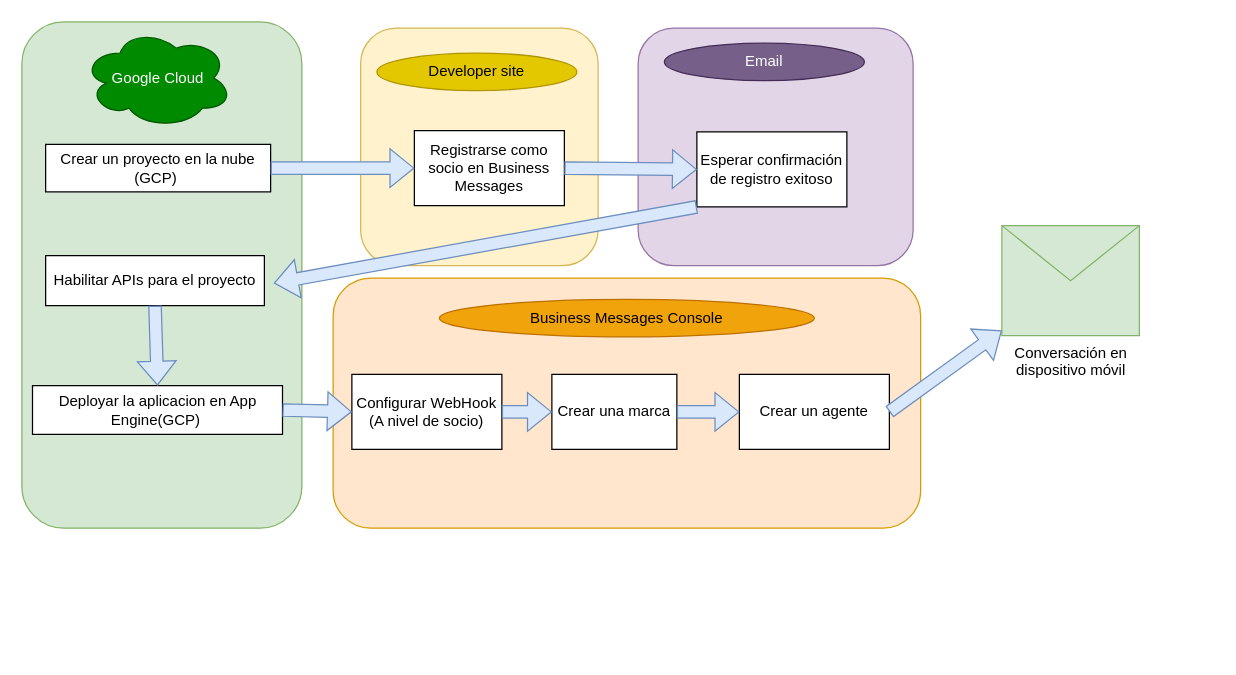
This is Google RCS.drawio from fhermq/diagrams, a draw.io file, before an edit. Source tidied: cells renumbered, new cells numbered last; positions are measured from the earlier drawing's top-left corner, leaving out a move shared by most shapes. Both pictures are drawn from the tidied source at 125%, with x=0, y=0 at pixel (21, 21).
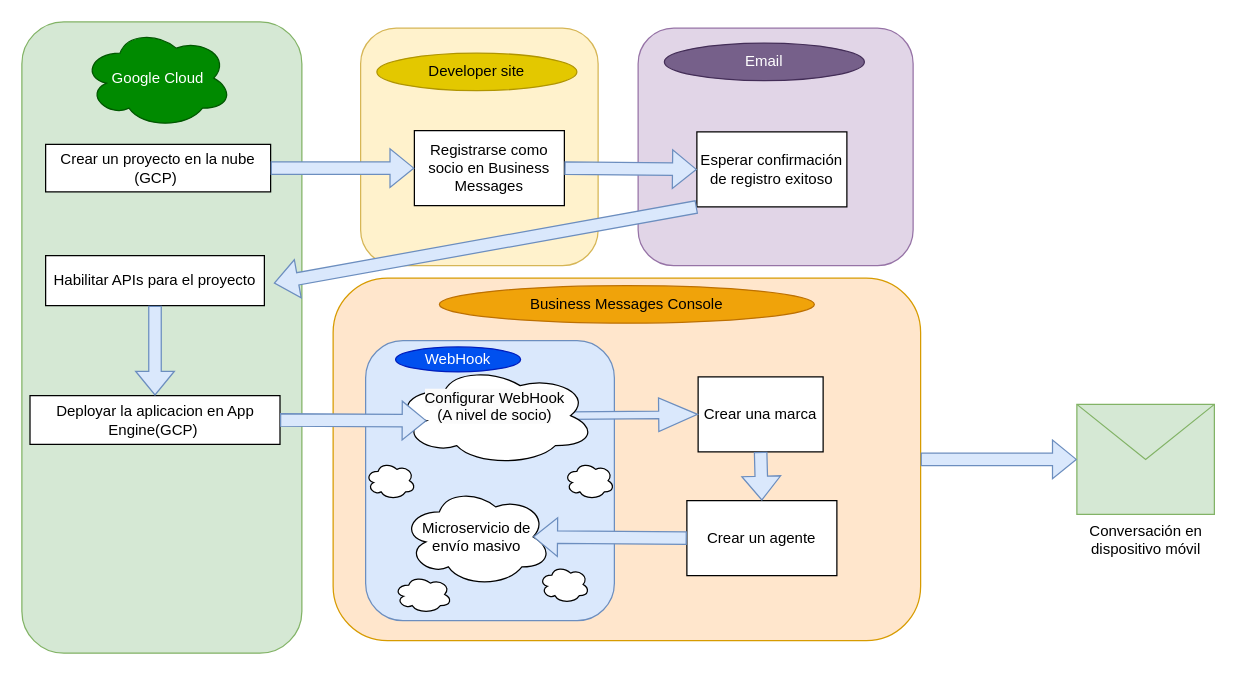
The same page after the edit.

The edit, as a diff of the source:
```diff
@@
+    <mxCell id="9" style="rounded=1;whiteSpace=wrap;html=1;fillColor=#ffe6cc;strokeColor=#d79b00;" parent="1" vertex="1">
+      <mxGeometry x="249" y="205" width="470" height="290" as="geometry" />
+    </mxCell>
+    <mxCell id="27" style="rounded=1;whiteSpace=wrap;html=1;fillColor=#dae8fc;strokeColor=#6c8ebf;" parent="1" vertex="1">
+      <mxGeometry x="275" y="255" width="199" height="224" as="geometry" />
+    </mxCell>
@@
     <mxCell id="3" style="rounded=1;whiteSpace=wrap;html=1;fillColor=#d5e8d4;strokeColor=#82b366;" parent="1" vertex="1">
-      <mxGeometry width="224" height="405" as="geometry" />
+      <mxGeometry width="224" height="505" as="geometry" />
     </mxCell>
@@
     <mxCell id="7" value="Deployar la aplicacion en App Engine(GCP)&amp;nbsp;" style="rounded=0;whiteSpace=wrap;html=1;" parent="1" vertex="1">
-      <mxGeometry x="8.5" y="291" width="200" height="39" as="geometry" />
+      <mxGeometry x="6.5" y="299" width="200" height="39" as="geometry" />
     </mxCell>
@@
-    <mxCell id="9" style="rounded=1;whiteSpace=wrap;html=1;fillColor=#ffe6cc;strokeColor=#d79b00;" parent="1" vertex="1">
-      <mxGeometry x="249" y="205" width="470" height="200" as="geometry" />
-    </mxCell>
     <mxCell id="10" value="Business Messages Console" style="ellipse;whiteSpace=wrap;html=1;fillColor=#f0a30a;fontColor=#000000;strokeColor=#BD7000;" parent="1" vertex="1">
-      <mxGeometry x="334" y="222" width="300" height="30" as="geometry" />
+      <mxGeometry x="334" y="211" width="300" height="30" as="geometry" />
     </mxCell>
-    <mxCell id="11" value="Configurar WebHook&lt;br&gt;(A nivel de socio)" style="rounded=0;whiteSpace=wrap;html=1;" parent="1" vertex="1">
-      <mxGeometry x="264" y="282" width="120" height="60" as="geometry" />
-    </mxCell>
     <mxCell id="12" value="Crear una marca" style="rounded=0;whiteSpace=wrap;html=1;" parent="1" vertex="1">
-      <mxGeometry x="424" y="282" width="100" height="60" as="geometry" />
+      <mxGeometry x="541" y="284" width="100" height="60" as="geometry" />
     </mxCell>
     <mxCell id="13" value="Crear un agente" style="rounded=0;whiteSpace=wrap;html=1;" parent="1" vertex="1">
-      <mxGeometry x="574" y="282" width="120" height="60" as="geometry" />
+      <mxGeometry x="532" y="383" width="120" height="60" as="geometry" />
     </mxCell>
@@
-    <mxCell id="21" style="shape=flexArrow;endArrow=classic;html=1;rounded=0;exitX=1;exitY=0.5;exitDx=0;exitDy=0;entryX=0;entryY=0.5;entryDx=0;entryDy=0;fillColor=#dae8fc;strokeColor=#6c8ebf;" parent="1" edge="1" source="7" target="11">
-      <mxGeometry relative="1" as="geometry" />
-    </mxCell>
-    <mxCell id="22" style="shape=flexArrow;endArrow=classic;html=1;rounded=0;exitX=1;exitY=0.5;exitDx=0;exitDy=0;entryX=0;entryY=0.5;entryDx=0;entryDy=0;fillColor=#dae8fc;strokeColor=#6c8ebf;" parent="1" edge="1" source="11" target="12">
+    <mxCell id="22" style="shape=flexArrow;endArrow=classic;html=1;rounded=0;fillColor=#dae8fc;strokeColor=#6c8ebf;width=6;endSize=10.02;exitX=0.875;exitY=0.5;exitDx=0;exitDy=0;entryX=0;entryY=0.5;entryDx=0;entryDy=0;exitPerimeter=0;" parent="1" edge="1" source="11" target="12">
       <mxGeometry relative="1" as="geometry" />
     </mxCell>
-    <mxCell id="23" style="shape=flexArrow;endArrow=classic;html=1;rounded=0;exitX=1;exitY=0.5;exitDx=0;exitDy=0;entryX=0;entryY=0.5;entryDx=0;entryDy=0;fillColor=#dae8fc;strokeColor=#6c8ebf;" parent="1" edge="1" source="12" target="13">
+    <mxCell id="23" style="shape=flexArrow;endArrow=classic;html=1;rounded=0;exitX=0.5;exitY=1;exitDx=0;exitDy=0;entryX=0.5;entryY=0;entryDx=0;entryDy=0;fillColor=#dae8fc;strokeColor=#6c8ebf;" parent="1" edge="1" source="12" target="13">
       <mxGeometry relative="1" as="geometry" />
     </mxCell>
@@
     <mxCell id="25" value="Conversación en&lt;br style=&quot;border-color: var(--border-color);&quot;&gt;dispositivo móvil" style="shape=message;html=1;html=1;outlineConnect=0;labelPosition=center;verticalLabelPosition=bottom;align=center;verticalAlign=top;fillColor=#d5e8d4;strokeColor=#82b366;" parent="1" vertex="1">
-      <mxGeometry x="784" y="163" width="110" height="88" as="geometry" />
+      <mxGeometry x="844" y="306" width="110" height="88" as="geometry" />
     </mxCell>
-    <mxCell id="26" style="shape=flexArrow;endArrow=classic;html=1;rounded=0;exitX=1;exitY=0.5;exitDx=0;exitDy=0;fillColor=#dae8fc;strokeColor=#6c8ebf;" parent="1" edge="1" source="13" target="25">
+    <mxCell id="26" style="shape=flexArrow;endArrow=classic;html=1;rounded=0;fillColor=#dae8fc;strokeColor=#6c8ebf;exitX=1;exitY=0.5;exitDx=0;exitDy=0;" parent="1" edge="1" source="9" target="25">
       <mxGeometry relative="1" as="geometry" />
     </mxCell>
+    <mxCell id="28" value="Microservicio de&lt;br&gt;envío masivo" style="ellipse;shape=cloud;whiteSpace=wrap;html=1;" parent="1" vertex="1">
+      <mxGeometry x="304" y="372" width="120" height="80" as="geometry" />
+    </mxCell>
+    <mxCell id="29" style="edgeStyle=orthogonalEdgeStyle;rounded=0;jettySize=auto;html=1;" parent="1" edge="1" source="11" target="7">
+      <mxGeometry relative="1" as="geometry" />
+    </mxCell>
+    <mxCell id="11" value="&#10;&lt;span style=&quot;color: rgb(0, 0, 0); font-family: Helvetica; font-size: 12px; font-style: normal; font-variant-ligatures: normal; font-variant-caps: normal; font-weight: 400; letter-spacing: normal; orphans: 2; text-align: center; text-indent: 0px; text-transform: none; widows: 2; word-spacing: 0px; -webkit-text-stroke-width: 0px; background-color: rgb(251, 251, 251); text-decoration-thickness: initial; text-decoration-style: initial; text-decoration-color: initial; float: none; display: inline !important;&quot;&gt;Configurar WebHook&lt;/span&gt;&lt;br style=&quot;border-color: var(--border-color); color: rgb(0, 0, 0); font-family: Helvetica; font-size: 12px; font-style: normal; font-variant-ligatures: normal; font-variant-caps: normal; font-weight: 400; letter-spacing: normal; orphans: 2; text-align: center; text-indent: 0px; text-transform: none; widows: 2; word-spacing: 0px; -webkit-text-stroke-width: 0px; background-color: rgb(251, 251, 251); text-decoration-thickness: initial; text-decoration-style: initial; text-decoration-color: initial;&quot;&gt;&lt;span style=&quot;color: rgb(0, 0, 0); font-family: Helvetica; font-size: 12px; font-style: normal; font-variant-ligatures: normal; font-variant-caps: normal; font-weight: 400; letter-spacing: normal; orphans: 2; text-align: center; text-indent: 0px; text-transform: none; widows: 2; word-spacing: 0px; -webkit-text-stroke-width: 0px; background-color: rgb(251, 251, 251); text-decoration-thickness: initial; text-decoration-style: initial; text-decoration-color: initial; float: none; display: inline !important;&quot;&gt;(A nivel de socio)&lt;/span&gt;&#10;&#10;" style="ellipse;shape=cloud;whiteSpace=wrap;html=1;" parent="1" vertex="1">
+      <mxGeometry x="298" y="275" width="161" height="80" as="geometry" />
+    </mxCell>
+    <mxCell id="21" style="shape=flexArrow;endArrow=classic;html=1;rounded=0;exitX=1;exitY=0.5;exitDx=0;exitDy=0;fillColor=#dae8fc;strokeColor=#6c8ebf;entryX=0.16;entryY=0.55;entryDx=0;entryDy=0;entryPerimeter=0;" parent="1" edge="1" source="7" target="11">
+      <mxGeometry relative="1" as="geometry" />
+    </mxCell>
+    <mxCell id="30" value="WebHook" style="ellipse;whiteSpace=wrap;html=1;fillColor=#0050ef;fontColor=#ffffff;strokeColor=#001DBC;" parent="1" vertex="1">
+      <mxGeometry x="299" y="260" width="100" height="20" as="geometry" />
+    </mxCell>
+    <mxCell id="31" style="ellipse;shape=cloud;whiteSpace=wrap;html=1;" parent="1" vertex="1">
+      <mxGeometry x="434" y="352" width="40" height="30" as="geometry" />
+    </mxCell>
+    <mxCell id="32" style="ellipse;shape=cloud;whiteSpace=wrap;html=1;" parent="1" vertex="1">
+      <mxGeometry x="414" y="435" width="40" height="30" as="geometry" />
+    </mxCell>
+    <mxCell id="33" style="ellipse;shape=cloud;whiteSpace=wrap;html=1;" parent="1" vertex="1">
+      <mxGeometry x="275" y="352" width="40" height="30" as="geometry" />
+    </mxCell>
+    <mxCell id="34" style="ellipse;shape=cloud;whiteSpace=wrap;html=1;" parent="1" vertex="1">
+      <mxGeometry x="298" y="443" width="46" height="30" as="geometry" />
+    </mxCell>
+    <mxCell id="35" style="shape=flexArrow;endArrow=classic;html=1;rounded=0;exitX=0;exitY=0.5;exitDx=0;exitDy=0;fillColor=#dae8fc;strokeColor=#6c8ebf;entryX=0.875;entryY=0.5;entryDx=0;entryDy=0;entryPerimeter=0;" parent="1" edge="1" source="13" target="28">
+      <mxGeometry relative="1" as="geometry" />
+    </mxCell>
```
